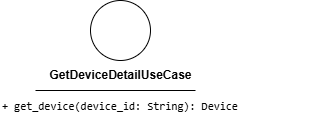
Above: src/PB/DocumentazioneEsterna/Specifica_Tecnica/content/uml/png/GetDeviceDetail/GetDeviceDetailUseCase.png in GroupRubberDuck/Documentazione (draw.io), before the change. Source tidied: cells renumbered, new cells last; positions are measured from the earlier drawing's top-left corner, leaving out a move shared by most shapes. Source of this version:
```xml
<mxGraphModel>
  <root>
    <mxCell id="0" />
    <mxCell id="1" parent="0" />
    <mxCell id="2" style="ellipse;whiteSpace=wrap;html=1;" parent="1" vertex="1">
      <mxGeometry x="90" width="60" height="60" as="geometry" />
    </mxCell>
    <mxCell id="3" value="&lt;b&gt;GetDeviceDetailUseCase&lt;/b&gt;" style="text;html=1;align=center;verticalAlign=middle;strokeColor=none;fillColor=none;" parent="1" vertex="1">
      <mxGeometry x="35" y="60" width="170" height="30" as="geometry" />
    </mxCell>
    <mxCell id="4" style="endArrow=none;html=1;" parent="1" edge="1">
      <mxGeometry relative="1" as="geometry">
        <mxPoint x="35" y="90" as="sourcePoint" />
        <mxPoint x="195" y="90" as="targetPoint" />
        <Array as="points">
          <mxPoint x="115" y="90" />
        </Array>
      </mxGeometry>
    </mxCell>
    <mxCell id="5" value="&lt;div style=&quot;font-family: Consolas, &amp;quot;Courier New&amp;quot;, monospace; font-weight: normal; line-height: 19px; white-space: pre;&quot;&gt;&lt;div style=&quot;&quot;&gt;&lt;span style=&quot;background-color: rgb(255, 255, 255);&quot;&gt;&lt;font style=&quot;color: rgb(0, 0, 0); font-size: 11px;&quot;&gt;+ get_device(device_id: String): Device&lt;/font&gt;&lt;/span&gt;&lt;/div&gt;&lt;/div&gt;" style="text;whiteSpace=wrap;html=1;" parent="1" vertex="1">
      <mxGeometry y="90" width="330" height="40" as="geometry" />
    </mxCell>
    <mxCell id="6" style="endArrow=none;html=1;" parent="1" edge="1">
      <mxGeometry relative="1" as="geometry">
        <mxPoint x="35" y="90" as="sourcePoint" />
        <mxPoint x="195" y="90" as="targetPoint" />
        <Array as="points">
          <mxPoint x="115" y="90" />
        </Array>
      </mxGeometry>
    </mxCell>
  </root>
</mxGraphModel>
```
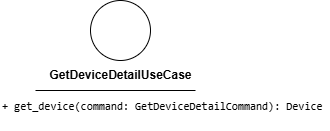
The same diagram one commit later.

What changed in the source:
```diff
@@ -17,7 +17,7 @@
         </Array>
       </mxGeometry>
     </mxCell>
-    <mxCell id="5" value="&lt;div style=&quot;font-family: Consolas, &amp;quot;Courier New&amp;quot;, monospace; font-weight: normal; line-height: 19px; white-space: pre;&quot;&gt;&lt;div style=&quot;&quot;&gt;&lt;span style=&quot;background-color: rgb(255, 255, 255);&quot;&gt;&lt;font style=&quot;color: rgb(0, 0, 0); font-size: 11px;&quot;&gt;+ get_device(device_id: String): Device&lt;/font&gt;&lt;/span&gt;&lt;/div&gt;&lt;/div&gt;" style="text;whiteSpace=wrap;html=1;" parent="1" vertex="1">
+    <mxCell id="5" value="&lt;div style=&quot;font-family: Consolas, &amp;quot;Courier New&amp;quot;, monospace; font-weight: normal; line-height: 19px; white-space: pre;&quot;&gt;&lt;div style=&quot;&quot;&gt;&lt;span style=&quot;background-color: rgb(255, 255, 255);&quot;&gt;&lt;font style=&quot;color: rgb(0, 0, 0); font-size: 11px;&quot;&gt;+ get_device(command: GetDeviceDetailCommand): Device&lt;/font&gt;&lt;/span&gt;&lt;/div&gt;&lt;/div&gt;" style="text;whiteSpace=wrap;html=1;" parent="1" vertex="1">
       <mxGeometry y="90" width="330" height="40" as="geometry" />
     </mxCell>
     <mxCell id="6" style="endArrow=none;html=1;" parent="1" edge="1">
```
